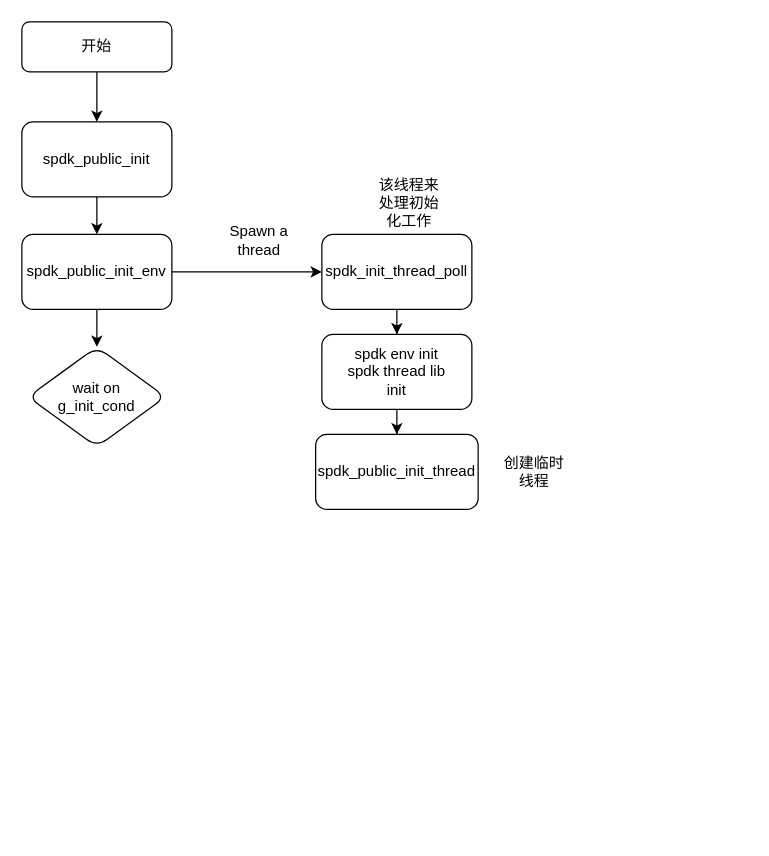
The draw.io diagram spdk_public.drawio in hayden-pzhou/drawioChart, before the edit. Source tidied: cells renumbered, new cells numbered last; positions are measured from the earlier drawing's top-left corner, leaving out a move shared by most shapes. Both pictures are drawn from the tidied source at 125%, with x=0, y=0 at pixel (21, 21).
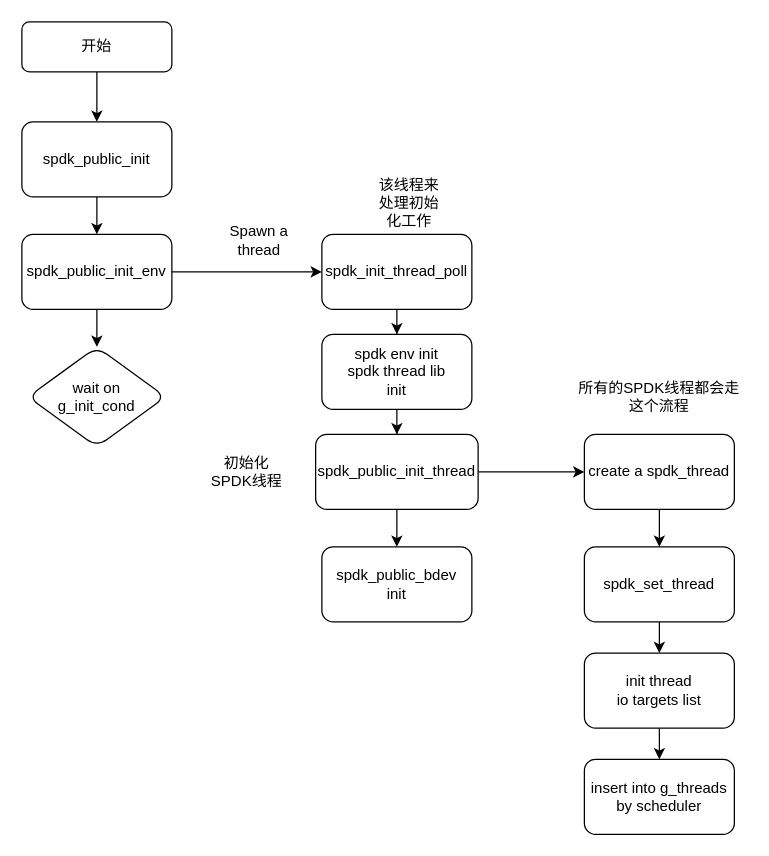
After the change.

Unchanged cells that the change refers to:
```xml
<mxCell id="16" value="spdk_public_init_thread" style="whiteSpace=wrap;html=1;rounded=1;glass=0;strokeWidth=1;shadow=0;" parent="1" vertex="1">
  <mxGeometry x="235" y="330" width="130" height="60" as="geometry" />
</mxCell>
```

What changed in the source:
```diff
@@
+    <mxCell id="18" style="edgeStyle=orthogonalEdgeStyle;rounded=0;jettySize=auto;html=1;" parent="1" edge="1" source="16" target="21">
+      <mxGeometry relative="1" as="geometry" />
+    </mxCell>
+    <mxCell id="19" style="edgeStyle=orthogonalEdgeStyle;rounded=0;jettySize=auto;html=1;" parent="1" edge="1" source="16" target="28">
+      <mxGeometry relative="1" as="geometry" />
+    </mxCell>
@@
-    <mxCell id="17" value="创建临时线程" style="text;strokeColor=none;align=center;fillColor=none;html=1;verticalAlign=middle;whiteSpace=wrap;rounded=0;" parent="1" vertex="1">
-      <mxGeometry x="380" y="345" width="60" height="30" as="geometry" />
+    <mxCell id="17" value="初始化SPDK线程" style="text;strokeColor=none;align=center;fillColor=none;html=1;verticalAlign=middle;whiteSpace=wrap;rounded=0;" parent="1" vertex="1">
+      <mxGeometry x="150" y="345" width="60" height="30" as="geometry" />
     </mxCell>
+    <mxCell id="20" style="edgeStyle=orthogonalEdgeStyle;rounded=0;jettySize=auto;html=1;" parent="1" edge="1" source="21" target="23">
+      <mxGeometry relative="1" as="geometry" />
+    </mxCell>
+    <mxCell id="21" value="create a spdk_thread" style="whiteSpace=wrap;html=1;rounded=1;glass=0;strokeWidth=1;shadow=0;" parent="1" vertex="1">
+      <mxGeometry x="450" y="330" width="120" height="60" as="geometry" />
+    </mxCell>
+    <mxCell id="22" style="edgeStyle=orthogonalEdgeStyle;rounded=0;jettySize=auto;html=1;" parent="1" edge="1" source="23" target="25">
+      <mxGeometry relative="1" as="geometry" />
+    </mxCell>
+    <mxCell id="23" value="spdk_set_thread" style="whiteSpace=wrap;html=1;rounded=1;glass=0;strokeWidth=1;shadow=0;" parent="1" vertex="1">
+      <mxGeometry x="450" y="420" width="120" height="60" as="geometry" />
+    </mxCell>
+    <mxCell id="24" style="edgeStyle=orthogonalEdgeStyle;rounded=0;jettySize=auto;html=1;" parent="1" edge="1" source="25" target="26">
+      <mxGeometry relative="1" as="geometry" />
+    </mxCell>
+    <mxCell id="25" value="init thread&lt;br&gt;io targets list" style="whiteSpace=wrap;html=1;rounded=1;glass=0;strokeWidth=1;shadow=0;" parent="1" vertex="1">
+      <mxGeometry x="450" y="505" width="120" height="60" as="geometry" />
+    </mxCell>
+    <mxCell id="26" value="insert into g_threads&lt;br&gt;by scheduler" style="rounded=1;whiteSpace=wrap;html=1;glass=0;strokeWidth=1;shadow=0;" parent="1" vertex="1">
+      <mxGeometry x="450" y="590" width="120" height="60" as="geometry" />
+    </mxCell>
+    <mxCell id="27" value="所有的SPDK线程都会走这个流程" style="text;strokeColor=none;align=center;fillColor=none;html=1;verticalAlign=middle;whiteSpace=wrap;rounded=0;" parent="1" vertex="1">
+      <mxGeometry x="440" y="285" width="140" height="30" as="geometry" />
+    </mxCell>
+    <mxCell id="28" value="spdk_public_bdev&lt;br&gt;init" style="whiteSpace=wrap;html=1;rounded=1;glass=0;strokeWidth=1;shadow=0;" parent="1" vertex="1">
+      <mxGeometry x="240" y="420" width="120" height="60" as="geometry" />
+    </mxCell>
```
